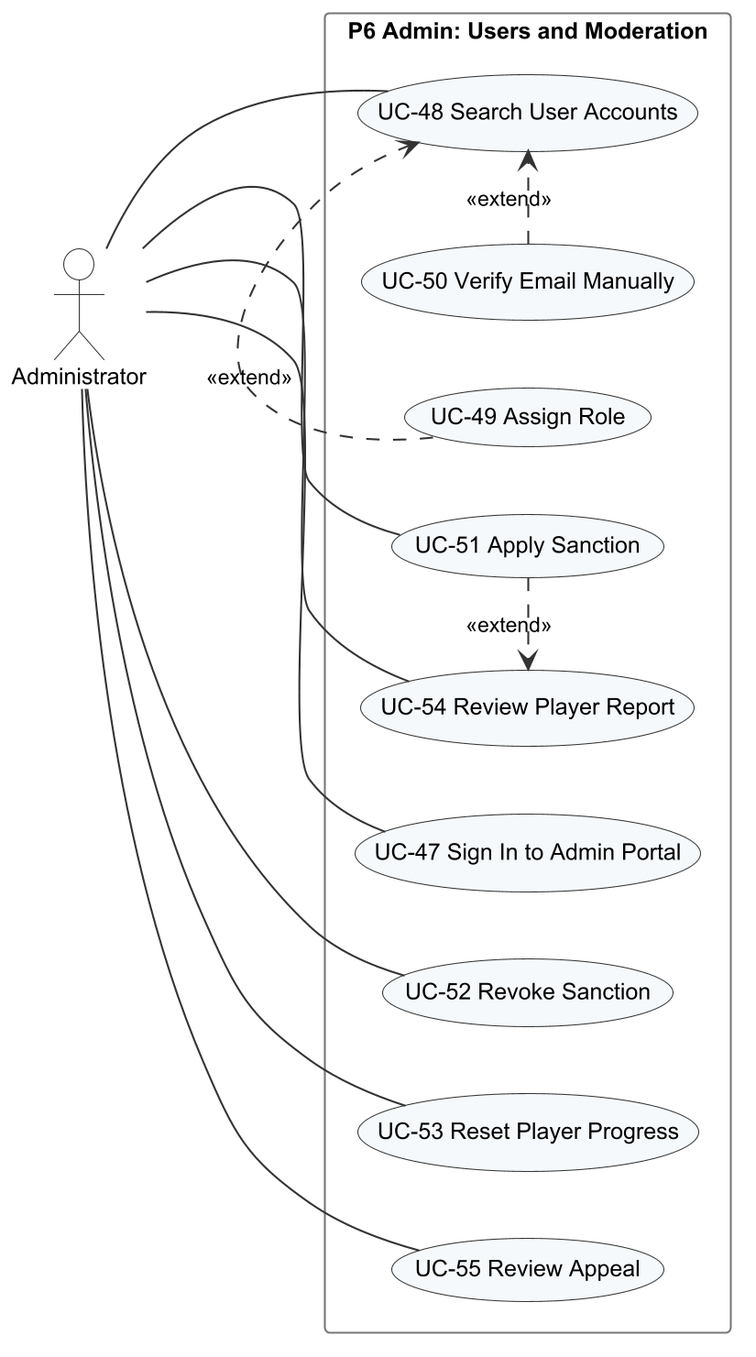
Above: Doc/Project_report/Report/diagrams/png/r3_uc_p6_admin_users.png in Tad-Min/PickleVerse (PlantUML), before the change.
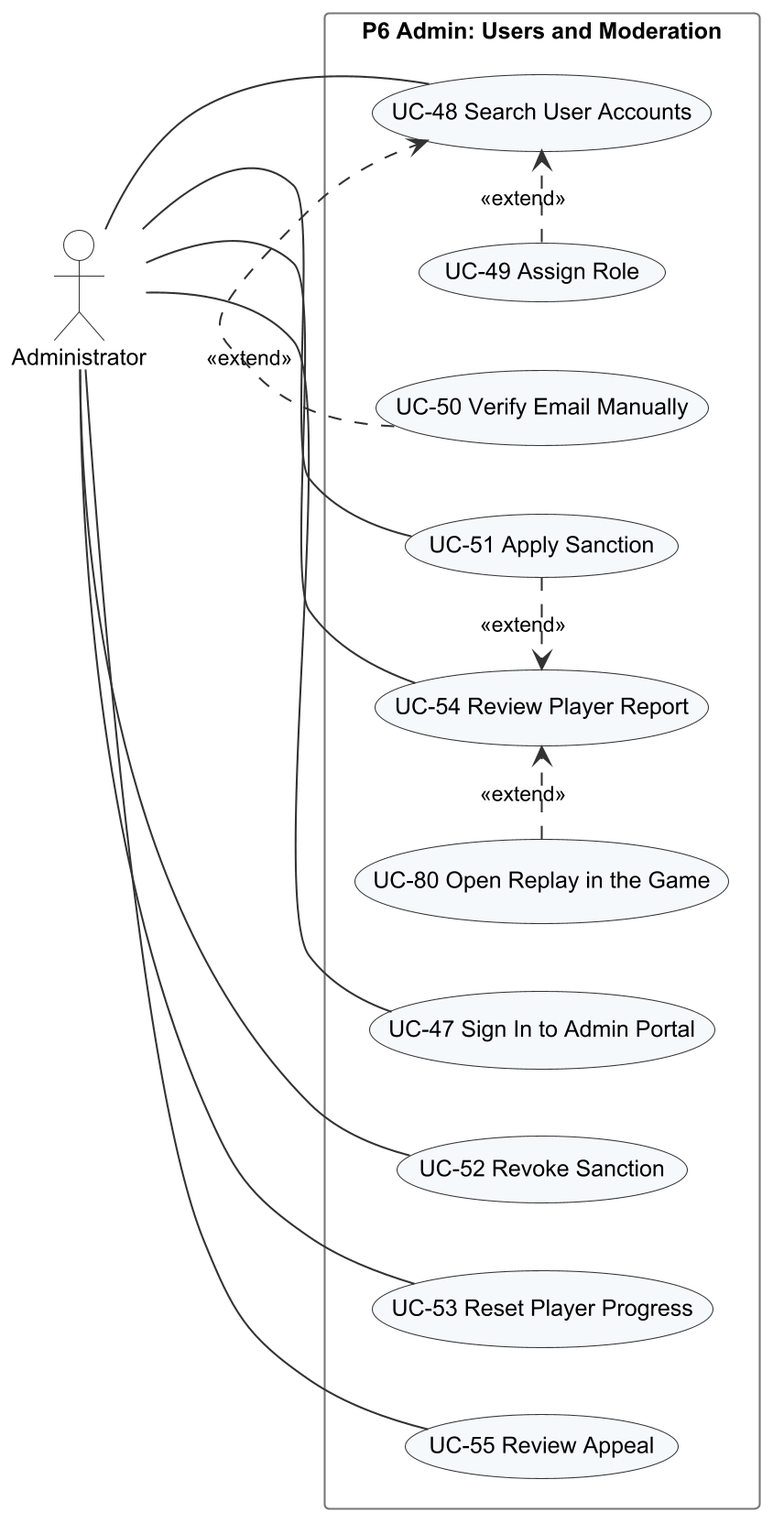
Above is the later version.

Diff of the diagram source:
```diff
@@ -12,6 +12,7 @@
   usecase "UC-53 Reset Player Progress" as UC53
   usecase "UC-54 Review Player Report" as UC54
   usecase "UC-55 Review Appeal" as UC55
+  usecase "UC-80 Open Replay in the Game" as UC80
 }
 Admin -- UC47
 Admin -- UC48
@@ -23,4 +24,5 @@
 UC49 .> UC48 : <<extend>>
 UC50 .> UC48 : <<extend>>
 UC51 .> UC54 : <<extend>>
+UC80 .> UC54 : <<extend>>
 @enduml
```
